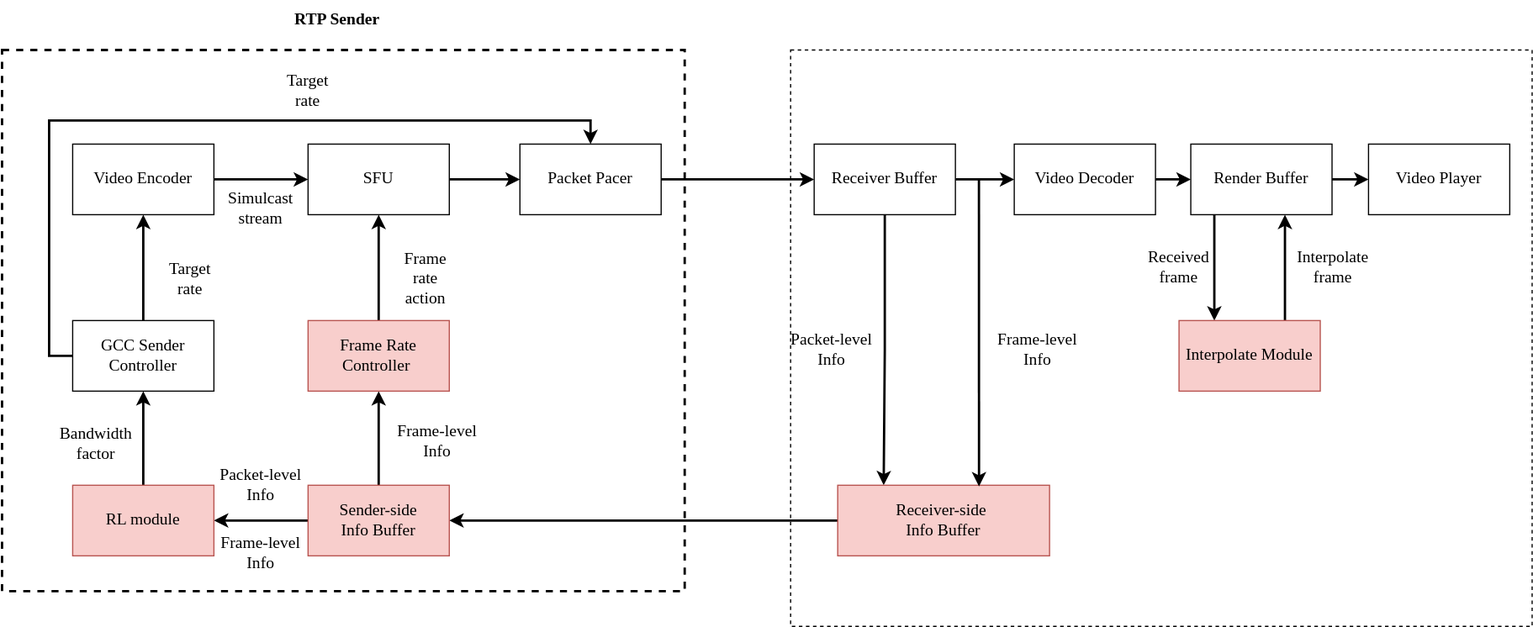
The draw.io diagram system.drawio.svg in xiaosayin/c-educoder, before a commit. Source tidied: cells renumbered, new cells last; positions are measured from the earlier drawing's top-left corner, leaving out a move shared by most shapes.
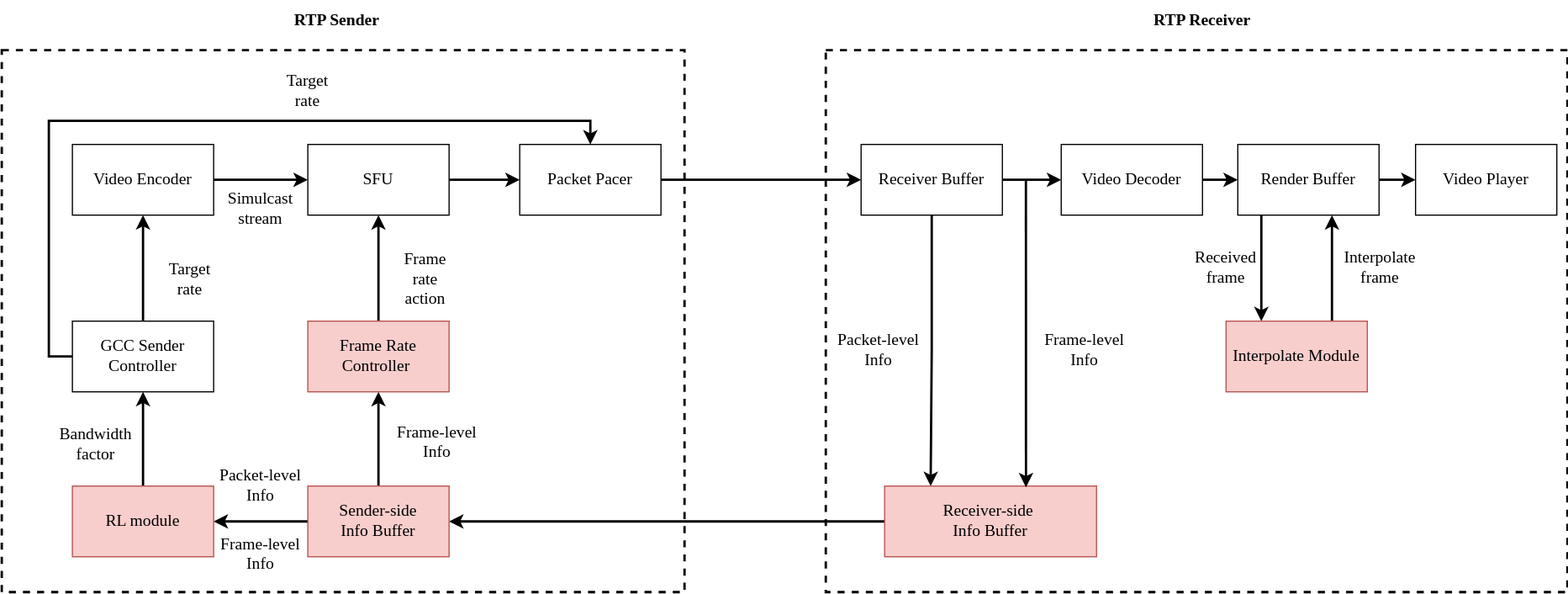
The same diagram one commit later.

Diff of the diagram source:
```diff
@@ -26,8 +26,8 @@
     <mxCell id="9" style="edgeStyle=orthogonalEdgeStyle;rounded=0;jettySize=auto;html=1;strokeWidth=2;" parent="1" edge="1" source="11" target="13">
       <mxGeometry relative="1" as="geometry">
         <Array as="points">
-          <mxPoint x="840" y="150" />
-          <mxPoint x="840" y="150" />
+          <mxPoint x="880" y="150" />
+          <mxPoint x="880" y="150" />
         </Array>
       </mxGeometry>
     </mxCell>
@@ -35,19 +35,19 @@
       <mxGeometry relative="1" as="geometry" />
     </mxCell>
     <mxCell id="11" value="&lt;font face=&quot;Times New Roman&quot; style=&quot;font-size: 14px;&quot;&gt;Receiver Buffer&lt;/font&gt;" style="rounded=0;whiteSpace=wrap;html=1;" parent="1" vertex="1">
-      <mxGeometry x="690" y="120" width="120" height="60" as="geometry" />
+      <mxGeometry x="730" y="120" width="120" height="60" as="geometry" />
     </mxCell>
     <mxCell id="12" style="edgeStyle=orthogonalEdgeStyle;rounded=0;jettySize=auto;html=1;strokeWidth=2;" parent="1" edge="1" source="13" target="16">
       <mxGeometry relative="1" as="geometry" />
     </mxCell>
     <mxCell id="13" value="&lt;font style=&quot;font-size: 14px;&quot; face=&quot;Times New Roman&quot;&gt;Video Decoder&lt;/font&gt;" style="rounded=0;whiteSpace=wrap;html=1;" parent="1" vertex="1">
-      <mxGeometry x="860" y="120" width="120" height="60" as="geometry" />
+      <mxGeometry x="900" y="120" width="120" height="60" as="geometry" />
     </mxCell>
     <mxCell id="14" style="edgeStyle=orthogonalEdgeStyle;rounded=0;jettySize=auto;html=1;strokeWidth=2;" parent="1" edge="1" source="16" target="18">
       <mxGeometry relative="1" as="geometry">
         <Array as="points">
-          <mxPoint x="1030" y="210" />
-          <mxPoint x="1030" y="210" />
+          <mxPoint x="1070" y="210" />
+          <mxPoint x="1070" y="210" />
         </Array>
       </mxGeometry>
     </mxCell>
@@ -55,43 +55,43 @@
       <mxGeometry relative="1" as="geometry" />
     </mxCell>
     <mxCell id="16" value="&lt;font face=&quot;Times New Roman&quot; style=&quot;font-size: 14px;&quot;&gt;Render Buffer&lt;/font&gt;" style="rounded=0;whiteSpace=wrap;html=1;" parent="1" vertex="1">
-      <mxGeometry x="1010" y="120" width="120" height="60" as="geometry" />
+      <mxGeometry x="1050" y="120" width="120" height="60" as="geometry" />
     </mxCell>
     <mxCell id="17" style="edgeStyle=orthogonalEdgeStyle;rounded=0;jettySize=auto;html=1;strokeWidth=2;" parent="1" edge="1" source="18" target="16">
       <mxGeometry relative="1" as="geometry">
         <Array as="points">
-          <mxPoint x="1090" y="210" />
-          <mxPoint x="1090" y="210" />
+          <mxPoint x="1130" y="210" />
+          <mxPoint x="1130" y="210" />
         </Array>
       </mxGeometry>
     </mxCell>
     <mxCell id="18" value="&lt;font face=&quot;Times New Roman&quot; style=&quot;font-size: 14px;&quot;&gt;Interpolate Module&lt;/font&gt;" style="whiteSpace=wrap;html=1;rounded=0;fillColor=#f8cecc;strokeColor=#b85450;" parent="1" vertex="1">
-      <mxGeometry x="1000" y="270" width="120" height="60" as="geometry" />
+      <mxGeometry x="1040" y="270" width="120" height="60" as="geometry" />
     </mxCell>
     <mxCell id="19" value="&lt;font face=&quot;Times New Roman&quot; style=&quot;font-size: 14px;&quot;&gt;Received frame&lt;/font&gt;" style="text;html=1;strokeColor=none;fillColor=none;align=center;verticalAlign=middle;whiteSpace=wrap;rounded=0;" parent="1" vertex="1">
-      <mxGeometry x="970" y="210" width="60" height="30" as="geometry" />
+      <mxGeometry x="1010" y="210" width="60" height="30" as="geometry" />
     </mxCell>
     <mxCell id="20" value="&lt;font style=&quot;font-size: 14px;&quot; face=&quot;Times New Roman&quot;&gt;Interpolate frame&lt;/font&gt;" style="text;html=1;strokeColor=none;fillColor=none;align=center;verticalAlign=middle;whiteSpace=wrap;rounded=0;" parent="1" vertex="1">
-      <mxGeometry x="1101" y="210" width="60" height="30" as="geometry" />
+      <mxGeometry x="1141" y="210" width="60" height="30" as="geometry" />
     </mxCell>
     <mxCell id="21" value="&lt;font style=&quot;font-size: 14px;&quot; face=&quot;Times New Roman&quot;&gt;Video Player&lt;/font&gt;" style="whiteSpace=wrap;html=1;rounded=0;" parent="1" vertex="1">
-      <mxGeometry x="1161" y="120" width="120" height="60" as="geometry" />
+      <mxGeometry x="1201" y="120" width="120" height="60" as="geometry" />
     </mxCell>
     <mxCell id="22" style="edgeStyle=orthogonalEdgeStyle;rounded=0;jettySize=auto;html=1;exitX=0;exitY=0.5;exitDx=0;exitDy=0;strokeWidth=2;" parent="1" edge="1" source="23" target="29">
       <mxGeometry relative="1" as="geometry" />
     </mxCell>
     <mxCell id="23" value="&lt;font style=&quot;font-size: 14px;&quot; face=&quot;Times New Roman&quot;&gt;Receiver-side&amp;nbsp;&lt;br&gt;Info Buffer&lt;/font&gt;" style="rounded=0;whiteSpace=wrap;html=1;fillColor=#f8cecc;strokeColor=#b85450;" parent="1" vertex="1">
-      <mxGeometry x="710" y="410" width="180" height="60" as="geometry" />
+      <mxGeometry x="750" y="410" width="180" height="60" as="geometry" />
     </mxCell>
     <mxCell id="24" value="&lt;font face=&quot;Times New Roman&quot; style=&quot;font-size: 14px;&quot;&gt;Packet-level&lt;br&gt;Info&lt;/font&gt;" style="text;html=1;strokeColor=none;fillColor=none;align=center;verticalAlign=middle;whiteSpace=wrap;rounded=0;" parent="1" vertex="1">
-      <mxGeometry x="660" y="275" width="90" height="40" as="geometry" />
+      <mxGeometry x="700" y="275" width="90" height="40" as="geometry" />
     </mxCell>
     <mxCell id="25" value="&lt;font face=&quot;Times New Roman&quot; style=&quot;font-size: 14px;&quot;&gt;Frame-level&lt;br&gt;Info&lt;/font&gt;" style="text;html=1;strokeColor=none;fillColor=none;align=center;verticalAlign=middle;whiteSpace=wrap;rounded=0;" parent="1" vertex="1">
-      <mxGeometry x="830" y="277.5" width="100" height="35" as="geometry" />
+      <mxGeometry x="870" y="277.5" width="100" height="35" as="geometry" />
     </mxCell>
     <mxCell id="26" style="endArrow=classic;html=1;rounded=0;entryX=0.667;entryY=0.017;entryDx=0;entryDy=0;entryPerimeter=0;strokeWidth=2;" parent="1" edge="1" target="23">
       <mxGeometry relative="1" as="geometry">
-        <mxPoint x="830" y="150" as="sourcePoint" />
+        <mxPoint x="870" y="150" as="sourcePoint" />
       </mxGeometry>
     </mxCell>
     <mxCell id="27" style="edgeStyle=orthogonalEdgeStyle;rounded=0;jettySize=auto;html=1;strokeWidth=2;" parent="1" edge="1" source="29" target="31">
@@ -148,11 +148,14 @@
     <mxCell id="44" value="&lt;b&gt;RTP Sender&lt;/b&gt;" style="text;html=1;strokeColor=none;fillColor=none;align=center;verticalAlign=middle;whiteSpace=wrap;rounded=0;strokeWidth=5;fontFamily=Times New Roman;fontSize=14;" parent="1" vertex="1">
       <mxGeometry x="230" width="110" height="30" as="geometry" />
     </mxCell>
-    <mxCell id="45" style="rounded=0;whiteSpace=wrap;html=1;strokeWidth=1;fontFamily=Times New Roman;fontSize=14;fillColor=none;dashed=1;" parent="1" vertex="1">
-      <mxGeometry x="670" y="40" width="630" height="490" as="geometry" />
+    <mxCell id="45" style="rounded=0;whiteSpace=wrap;html=1;strokeWidth=2;fontFamily=Times New Roman;fontSize=14;fillColor=none;dashed=1;" parent="1" vertex="1">
+      <mxGeometry x="700" y="40" width="630" height="460" as="geometry" />
     </mxCell>
     <mxCell id="46" style="rounded=0;whiteSpace=wrap;html=1;dashed=1;strokeWidth=2;fontFamily=Times New Roman;fontSize=14;fillColor=none;" parent="1" vertex="1">
       <mxGeometry y="40" width="580" height="460" as="geometry" />
     </mxCell>
+    <mxCell id="47" value="&lt;b&gt;RTP Receiver&lt;/b&gt;" style="text;html=1;strokeColor=none;fillColor=none;align=center;verticalAlign=middle;whiteSpace=wrap;rounded=0;strokeWidth=5;fontFamily=Times New Roman;fontSize=14;" parent="1" vertex="1">
+      <mxGeometry x="965" width="110" height="30" as="geometry" />
+    </mxCell>
   </root>
 </mxGraphModel>
```
